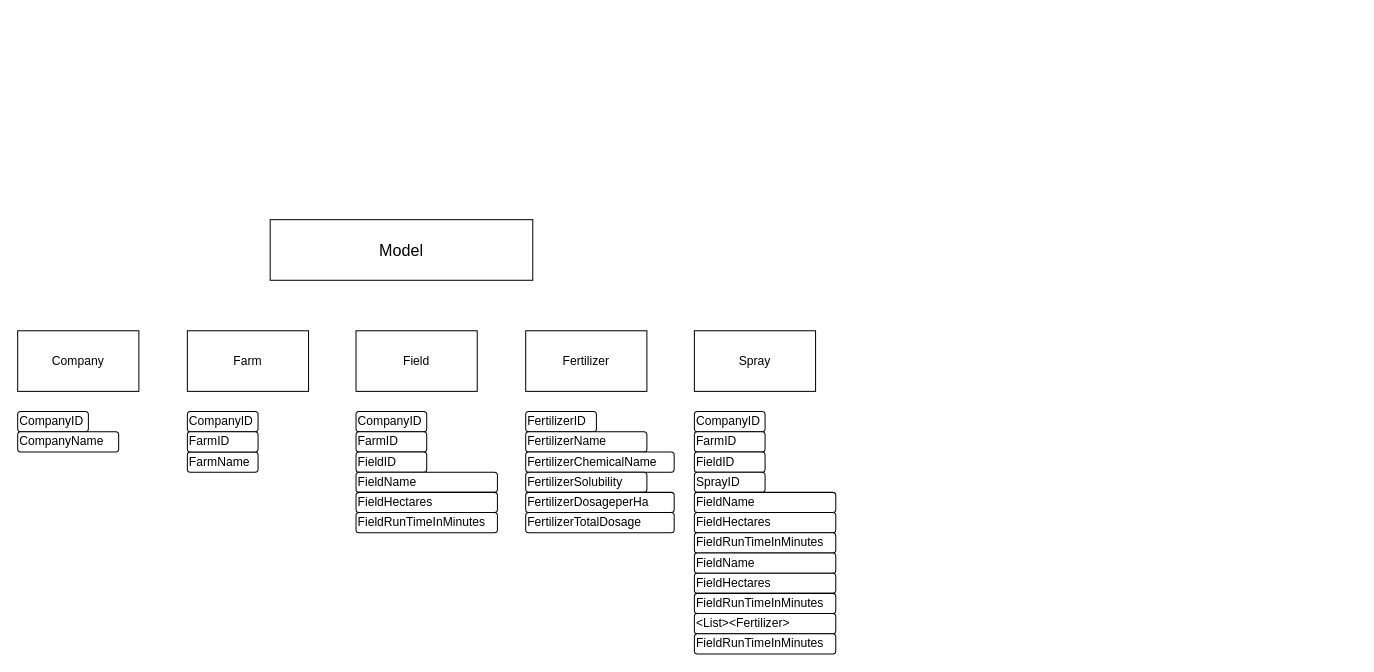
Earlier version of the draw.io diagram FarmBuddyV4WinForms_Models.drawio (seepster/FarmBuddyV4WinForms). Source tidied: cells renumbered, new cells numbered last; positions are measured from the earlier drawing's top-left corner, leaving out a move shared by most shapes. Both pictures are drawn from the tidied source at 101%, with x=0, y=0 at pixel (17, 219).
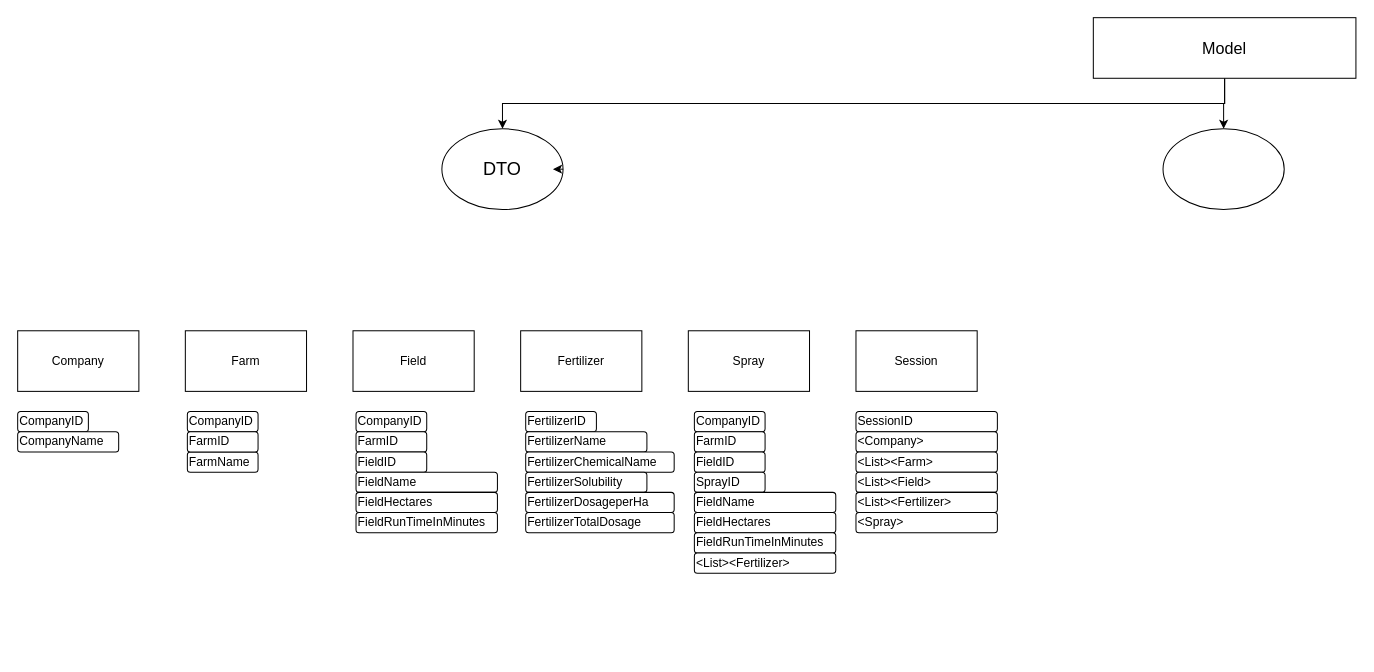
Above is the later version.

What changed in the source:
```diff
@@
+    <mxCell id="37" style="edgeStyle=orthogonalEdgeStyle;rounded=0;jettySize=auto;html=1;exitX=0.5;exitY=1;exitDx=0;exitDy=0;entryX=0.5;entryY=0;entryDx=0;entryDy=0;" parent="1" edge="1" source="2" target="48">
+      <mxGeometry relative="1" as="geometry" />
+    </mxCell>
+    <mxCell id="38" style="edgeStyle=orthogonalEdgeStyle;rounded=0;jettySize=auto;html=1;exitX=0.5;exitY=1;exitDx=0;exitDy=0;entryX=0.5;entryY=0;entryDx=0;entryDy=0;" parent="1" edge="1" source="2" target="46">
+      <mxGeometry relative="1" as="geometry" />
+    </mxCell>
     <mxCell id="2" value="&lt;div&gt;&lt;font style=&quot;font-size: 16px;&quot;&gt;Model&lt;/font&gt;&lt;/div&gt;" style="rounded=0;whiteSpace=wrap;html=1;align=center;" parent="1" vertex="1">
-      <mxGeometry x="250" width="260" height="60" as="geometry" />
+      <mxGeometry x="1065" y="-200" width="260" height="60" as="geometry" />
     </mxCell>
@@
     <mxCell id="4" value="Farm" style="rounded=0;whiteSpace=wrap;html=1;verticalAlign=middle;" parent="1" vertex="1">
-      <mxGeometry x="168" y="110" width="120" height="60" as="geometry" />
+      <mxGeometry x="166" y="110" width="120" height="60" as="geometry" />
     </mxCell>
     <mxCell id="5" value="Field" style="rounded=0;whiteSpace=wrap;html=1;verticalAlign=middle;" parent="1" vertex="1">
-      <mxGeometry x="335" y="110" width="120" height="60" as="geometry" />
+      <mxGeometry x="332" y="110" width="120" height="60" as="geometry" />
     </mxCell>
     <mxCell id="6" value="&lt;div&gt;Fertilizer&lt;/div&gt;" style="rounded=0;whiteSpace=wrap;html=1;verticalAlign=middle;" parent="1" vertex="1">
-      <mxGeometry x="503" y="110" width="120" height="60" as="geometry" />
+      <mxGeometry x="498" y="110" width="120" height="60" as="geometry" />
     </mxCell>
     <mxCell id="7" value="&lt;div&gt;Spray&lt;/div&gt;" style="rounded=0;whiteSpace=wrap;html=1;verticalAlign=middle;" parent="1" vertex="1">
-      <mxGeometry x="670" y="110" width="120" height="60" as="geometry" />
+      <mxGeometry x="664" y="110" width="120" height="60" as="geometry" />
     </mxCell>
@@
-    <mxCell id="28" value="FieldName" style="rounded=1;whiteSpace=wrap;html=1;align=left;" parent="1" vertex="1">
-      <mxGeometry x="670" y="330" width="140" height="20" as="geometry" />
-    </mxCell>
-    <mxCell id="29" value="&lt;div&gt;FieldHectares&lt;/div&gt;" style="rounded=1;whiteSpace=wrap;html=1;align=left;" parent="1" vertex="1">
-      <mxGeometry x="670" y="350" width="140" height="20" as="geometry" />
-    </mxCell>
-    <mxCell id="30" value="FieldRunTimeInMinutes" style="rounded=1;whiteSpace=wrap;html=1;align=left;" parent="1" vertex="1">
-      <mxGeometry x="670" y="370" width="140" height="20" as="geometry" />
-    </mxCell>
@@
     <mxCell id="35" value="&amp;lt;List&amp;gt;&amp;lt;Fertilizer&amp;gt;" style="rounded=1;whiteSpace=wrap;html=1;align=left;" parent="1" vertex="1">
-      <mxGeometry x="670" y="390" width="140" height="20" as="geometry" />
+      <mxGeometry x="670" y="330" width="140" height="20" as="geometry" />
     </mxCell>
-    <mxCell id="36" value="FieldRunTimeInMinutes" style="rounded=1;whiteSpace=wrap;html=1;align=left;" parent="1" vertex="1">
-      <mxGeometry x="670" y="410" width="140" height="20" as="geometry" />
-    </mxCell>
+    <mxCell id="39" value="&lt;div&gt;Session&lt;/div&gt;" style="rounded=0;whiteSpace=wrap;html=1;verticalAlign=middle;" parent="1" vertex="1">
+      <mxGeometry x="830" y="110" width="120" height="60" as="geometry" />
+    </mxCell>
+    <mxCell id="40" value="SessionID" style="rounded=1;whiteSpace=wrap;html=1;align=left;" parent="1" vertex="1">
+      <mxGeometry x="830" y="190" width="140" height="20" as="geometry" />
+    </mxCell>
+    <mxCell id="41" value="&amp;lt;Company&amp;gt;" style="rounded=1;whiteSpace=wrap;html=1;align=left;" parent="1" vertex="1">
+      <mxGeometry x="830" y="210" width="140" height="20" as="geometry" />
+    </mxCell>
+    <mxCell id="42" value="&amp;lt;List&amp;gt;&amp;lt;Farm&amp;gt;" style="rounded=1;whiteSpace=wrap;html=1;align=left;" parent="1" vertex="1">
+      <mxGeometry x="830" y="230" width="140" height="20" as="geometry" />
+    </mxCell>
+    <mxCell id="43" value="&amp;lt;List&amp;gt;&amp;lt;Field&amp;gt;" style="rounded=1;whiteSpace=wrap;html=1;align=left;" parent="1" vertex="1">
+      <mxGeometry x="830" y="250" width="140" height="20" as="geometry" />
+    </mxCell>
+    <mxCell id="44" value="&amp;lt;List&amp;gt;&amp;lt;Fertilizer&amp;gt;" style="rounded=1;whiteSpace=wrap;html=1;align=left;" parent="1" vertex="1">
+      <mxGeometry x="830" y="270" width="140" height="20" as="geometry" />
+    </mxCell>
+    <mxCell id="45" value="&amp;lt;Spray&amp;gt;" style="rounded=1;whiteSpace=wrap;html=1;align=left;" parent="1" vertex="1">
+      <mxGeometry x="830" y="290" width="140" height="20" as="geometry" />
+    </mxCell>
+    <mxCell id="46" value="DTO" style="ellipse;whiteSpace=wrap;html=1;fontSize=18;" parent="1" vertex="1">
+      <mxGeometry x="420" y="-90" width="120" height="80" as="geometry" />
+    </mxCell>
+    <mxCell id="47" style="edgeStyle=orthogonalEdgeStyle;rounded=0;orthogonalLoop=1;jettySize=auto;html=1;exitX=1;exitY=0.5;exitDx=0;exitDy=0;entryX=0.917;entryY=0.507;entryDx=0;entryDy=0;entryPerimeter=0;" parent="1" edge="1" source="46" target="46">
+      <mxGeometry relative="1" as="geometry" />
+    </mxCell>
+    <mxCell id="48" style="ellipse;whiteSpace=wrap;html=1;" parent="1" vertex="1">
+      <mxGeometry x="1134" y="-90" width="120" height="80" as="geometry" />
+    </mxCell>
```
